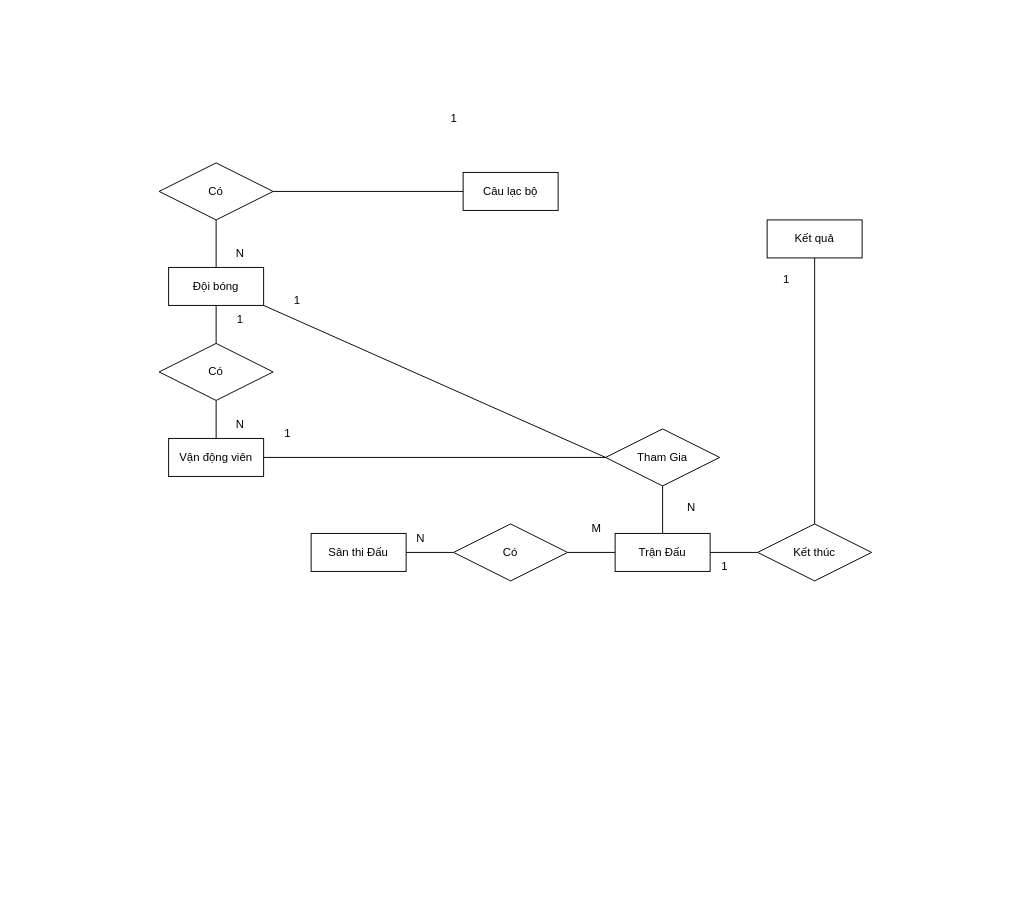
The draw.io diagram DB_HW5_3.drawio in reality8080/DB_HW5_3, before the edit. Source tidied: cells renumbered, new cells numbered last; positions are measured from the earlier drawing's top-left corner, leaving out a move shared by most shapes. Both pictures are drawn from the tidied source at 95%, with x=0, y=0 at pixel (159, 104).
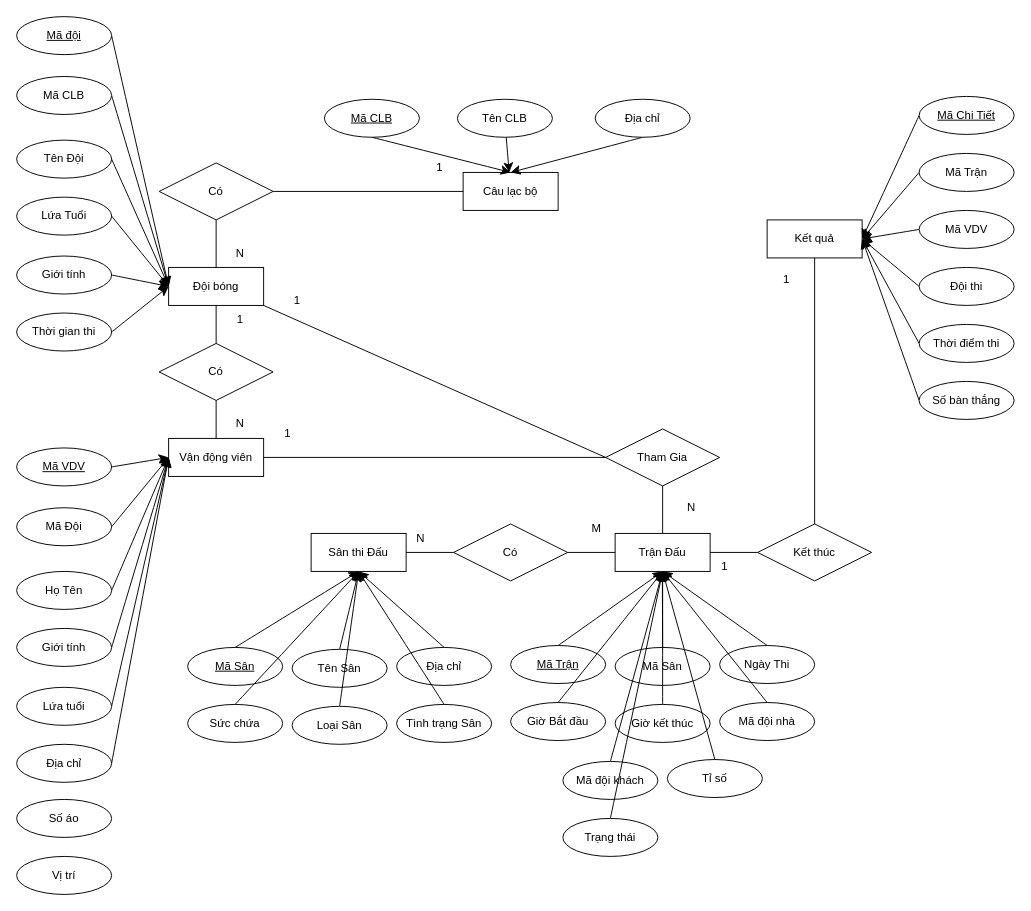
After the change.

The change refers to these unchanged cells:
```xml
<mxCell id="2" value="Câu lạc bộ" style="whiteSpace=wrap;html=1;align=center;" parent="1" vertex="1">
  <mxGeometry x="320" y="72" width="100" height="40" as="geometry" />
</mxCell>
<mxCell id="3" value="Đội bóng" style="whiteSpace=wrap;html=1;align=center;" parent="1" vertex="1">
  <mxGeometry x="10" y="172" width="100" height="40" as="geometry" />
</mxCell>
<mxCell id="4" value="Vận động viên" style="whiteSpace=wrap;html=1;align=center;" parent="1" vertex="1">
  <mxGeometry x="10" y="352" width="100" height="40" as="geometry" />
</mxCell>
<mxCell id="5" value="Sân thi Đấu" style="whiteSpace=wrap;html=1;align=center;" parent="1" vertex="1">
  <mxGeometry x="160" y="452" width="100" height="40" as="geometry" />
</mxCell>
<mxCell id="6" value="Trận Đấu" style="whiteSpace=wrap;html=1;align=center;" parent="1" vertex="1">
  <mxGeometry x="480" y="452" width="100" height="40" as="geometry" />
</mxCell>
<mxCell id="7" value="Kết quả" style="whiteSpace=wrap;html=1;align=center;" parent="1" vertex="1">
  <mxGeometry x="640" y="122" width="100" height="40" as="geometry" />
</mxCell>
```

Change to the diagram source:
```diff
@@
     <mxCell id="14" value="1" style="text;html=1;align=center;verticalAlign=middle;strokeColor=none;fillColor=none;" parent="1" vertex="1">
-      <mxGeometry x="295" width="30" height="30" as="geometry" />
+      <mxGeometry x="280" y="52" width="30" height="30" as="geometry" />
     </mxCell>
@@
+    <mxCell id="35" style="edgeStyle=none;curved=1;rounded=0;jettySize=auto;html=1;exitX=0.5;exitY=1;exitDx=0;exitDy=0;entryX=0.5;entryY=0;entryDx=0;entryDy=0;fontSize=12;startSize=8;endSize=8;" parent="1" edge="1" source="36" target="2">
+      <mxGeometry relative="1" as="geometry" />
+    </mxCell>
+    <mxCell id="36" value="&lt;u&gt;Mã CLB&lt;/u&gt;" style="ellipse;whiteSpace=wrap;html=1;align=center;" parent="1" vertex="1">
+      <mxGeometry x="174" y="-5" width="100" height="40" as="geometry" />
+    </mxCell>
+    <mxCell id="37" style="edgeStyle=none;curved=1;rounded=0;jettySize=auto;html=1;fontSize=12;startSize=8;endSize=8;" parent="1" edge="1" source="38" target="2">
+      <mxGeometry relative="1" as="geometry" />
+    </mxCell>
+    <mxCell id="38" value="Tên CLB" style="ellipse;whiteSpace=wrap;html=1;align=center;" parent="1" vertex="1">
+      <mxGeometry x="314" y="-5" width="100" height="40" as="geometry" />
+    </mxCell>
+    <mxCell id="39" style="edgeStyle=none;curved=1;rounded=0;jettySize=auto;html=1;exitX=0.5;exitY=1;exitDx=0;exitDy=0;entryX=0.5;entryY=0;entryDx=0;entryDy=0;fontSize=12;startSize=8;endSize=8;" parent="1" edge="1" source="40" target="2">
+      <mxGeometry relative="1" as="geometry" />
+    </mxCell>
+    <mxCell id="40" value="Địa chỉ" style="ellipse;whiteSpace=wrap;html=1;align=center;" parent="1" vertex="1">
+      <mxGeometry x="459" y="-5" width="100" height="40" as="geometry" />
+    </mxCell>
+    <mxCell id="41" style="edgeStyle=none;curved=1;rounded=0;jettySize=auto;html=1;exitX=1;exitY=0.5;exitDx=0;exitDy=0;fontSize=12;startSize=8;endSize=8;" parent="1" edge="1" source="42">
+      <mxGeometry relative="1" as="geometry">
+        <mxPoint x="10" y="192" as="targetPoint" />
+      </mxGeometry>
+    </mxCell>
+    <mxCell id="42" value="Mã CLB" style="ellipse;whiteSpace=wrap;html=1;align=center;" parent="1" vertex="1">
+      <mxGeometry x="-150" y="-29" width="100" height="40" as="geometry" />
+    </mxCell>
+    <mxCell id="43" style="edgeStyle=none;curved=1;rounded=0;jettySize=auto;html=1;exitX=1;exitY=0.5;exitDx=0;exitDy=0;entryX=0;entryY=0.5;entryDx=0;entryDy=0;fontSize=12;startSize=8;endSize=8;" parent="1" edge="1" source="44" target="3">
+      <mxGeometry relative="1" as="geometry" />
+    </mxCell>
+    <mxCell id="44" value="Mã đội" style="ellipse;whiteSpace=wrap;html=1;align=center;fontStyle=4;" parent="1" vertex="1">
+      <mxGeometry x="-150" y="-92" width="100" height="40" as="geometry" />
+    </mxCell>
+    <mxCell id="45" style="edgeStyle=none;curved=1;rounded=0;jettySize=auto;html=1;exitX=1;exitY=0.5;exitDx=0;exitDy=0;fontSize=12;startSize=8;endSize=8;" parent="1" edge="1" source="46">
+      <mxGeometry relative="1" as="geometry">
+        <mxPoint x="10" y="192" as="targetPoint" />
+      </mxGeometry>
+    </mxCell>
+    <mxCell id="46" value="Tên Đội" style="ellipse;whiteSpace=wrap;html=1;align=center;" parent="1" vertex="1">
+      <mxGeometry x="-150" y="38" width="100" height="40" as="geometry" />
+    </mxCell>
+    <mxCell id="47" style="edgeStyle=none;curved=1;rounded=0;jettySize=auto;html=1;exitX=1;exitY=0.5;exitDx=0;exitDy=0;fontSize=12;startSize=8;endSize=8;" parent="1" edge="1" source="48">
+      <mxGeometry relative="1" as="geometry">
+        <mxPoint x="10" y="192" as="targetPoint" />
+      </mxGeometry>
+    </mxCell>
+    <mxCell id="48" value="Lứa Tuổi" style="ellipse;whiteSpace=wrap;html=1;align=center;" parent="1" vertex="1">
+      <mxGeometry x="-150" y="98" width="100" height="40" as="geometry" />
+    </mxCell>
+    <mxCell id="49" style="edgeStyle=none;curved=1;rounded=0;jettySize=auto;html=1;exitX=1;exitY=0.5;exitDx=0;exitDy=0;fontSize=12;startSize=8;endSize=8;" parent="1" edge="1" source="50">
+      <mxGeometry relative="1" as="geometry">
+        <mxPoint x="10" y="192" as="targetPoint" />
+      </mxGeometry>
+    </mxCell>
+    <mxCell id="50" value="Giới tính" style="ellipse;whiteSpace=wrap;html=1;align=center;" parent="1" vertex="1">
+      <mxGeometry x="-150" y="160" width="100" height="40" as="geometry" />
+    </mxCell>
+    <mxCell id="51" style="edgeStyle=none;curved=1;rounded=0;jettySize=auto;html=1;exitX=1;exitY=0.5;exitDx=0;exitDy=0;fontSize=12;startSize=8;endSize=8;" parent="1" edge="1" source="52">
+      <mxGeometry relative="1" as="geometry">
+        <mxPoint x="10" y="192" as="targetPoint" />
+      </mxGeometry>
+    </mxCell>
+    <mxCell id="52" value="Thời gian thi" style="ellipse;whiteSpace=wrap;html=1;align=center;" parent="1" vertex="1">
+      <mxGeometry x="-150" y="220" width="100" height="40" as="geometry" />
+    </mxCell>
+    <mxCell id="53" style="edgeStyle=none;curved=1;rounded=0;jettySize=auto;html=1;exitX=1;exitY=0.5;exitDx=0;exitDy=0;fontSize=12;startSize=8;endSize=8;" parent="1" edge="1" source="54">
+      <mxGeometry relative="1" as="geometry">
+        <mxPoint x="10" y="372" as="targetPoint" />
+      </mxGeometry>
+    </mxCell>
+    <mxCell id="54" value="Mã Đội" style="ellipse;whiteSpace=wrap;html=1;align=center;" parent="1" vertex="1">
+      <mxGeometry x="-150" y="425" width="100" height="40" as="geometry" />
+    </mxCell>
+    <mxCell id="55" style="edgeStyle=none;curved=1;rounded=0;jettySize=auto;html=1;exitX=1;exitY=0.5;exitDx=0;exitDy=0;entryX=0;entryY=0.5;entryDx=0;entryDy=0;fontSize=12;startSize=8;endSize=8;" parent="1" edge="1" source="56" target="4">
+      <mxGeometry relative="1" as="geometry" />
+    </mxCell>
+    <mxCell id="56" value="Mã VDV" style="ellipse;whiteSpace=wrap;html=1;align=center;fontStyle=4;" parent="1" vertex="1">
+      <mxGeometry x="-150" y="362" width="100" height="40" as="geometry" />
+    </mxCell>
+    <mxCell id="57" style="edgeStyle=none;curved=1;rounded=0;jettySize=auto;html=1;exitX=1;exitY=0.5;exitDx=0;exitDy=0;entryX=0;entryY=0.5;entryDx=0;entryDy=0;fontSize=12;startSize=8;endSize=8;" parent="1" edge="1" source="58" target="4">
+      <mxGeometry relative="1" as="geometry" />
+    </mxCell>
+    <mxCell id="58" value="Họ Tên" style="ellipse;whiteSpace=wrap;html=1;align=center;" parent="1" vertex="1">
+      <mxGeometry x="-150" y="492" width="100" height="40" as="geometry" />
+    </mxCell>
+    <mxCell id="59" style="edgeStyle=none;curved=1;rounded=0;jettySize=auto;html=1;exitX=1;exitY=0.5;exitDx=0;exitDy=0;fontSize=12;startSize=8;endSize=8;" parent="1" edge="1" source="60">
+      <mxGeometry relative="1" as="geometry">
+        <mxPoint x="10" y="372" as="targetPoint" />
+      </mxGeometry>
+    </mxCell>
+    <mxCell id="60" value="Giới tính" style="ellipse;whiteSpace=wrap;html=1;align=center;" parent="1" vertex="1">
+      <mxGeometry x="-150" y="552" width="100" height="40" as="geometry" />
+    </mxCell>
+    <mxCell id="61" style="edgeStyle=none;curved=1;rounded=0;jettySize=auto;html=1;exitX=1;exitY=0.5;exitDx=0;exitDy=0;fontSize=12;startSize=8;endSize=8;" parent="1" edge="1" source="62">
+      <mxGeometry relative="1" as="geometry">
+        <mxPoint x="10" y="372" as="targetPoint" />
+      </mxGeometry>
+    </mxCell>
+    <mxCell id="62" value="Lứa tuổi" style="ellipse;whiteSpace=wrap;html=1;align=center;" parent="1" vertex="1">
+      <mxGeometry x="-150" y="614" width="100" height="40" as="geometry" />
+    </mxCell>
+    <mxCell id="63" style="edgeStyle=none;curved=1;rounded=0;jettySize=auto;html=1;exitX=1;exitY=0.5;exitDx=0;exitDy=0;fontSize=12;startSize=8;endSize=8;" parent="1" edge="1" source="64">
+      <mxGeometry relative="1" as="geometry">
+        <mxPoint x="10" y="372" as="targetPoint" />
+      </mxGeometry>
+    </mxCell>
+    <mxCell id="64" value="Địa chỉ" style="ellipse;whiteSpace=wrap;html=1;align=center;" parent="1" vertex="1">
+      <mxGeometry x="-150" y="674" width="100" height="40" as="geometry" />
+    </mxCell>
+    <mxCell id="65" value="Số áo" style="ellipse;whiteSpace=wrap;html=1;align=center;" parent="1" vertex="1">
+      <mxGeometry x="-150" y="732" width="100" height="40" as="geometry" />
+    </mxCell>
+    <mxCell id="66" value="Vị trí" style="ellipse;whiteSpace=wrap;html=1;align=center;" parent="1" vertex="1">
+      <mxGeometry x="-150" y="792" width="100" height="40" as="geometry" />
+    </mxCell>
+    <mxCell id="67" style="edgeStyle=none;curved=1;rounded=0;jettySize=auto;html=1;exitX=0.5;exitY=0;exitDx=0;exitDy=0;entryX=0.5;entryY=1;entryDx=0;entryDy=0;fontSize=12;startSize=8;endSize=8;" parent="1" edge="1" source="68" target="5">
+      <mxGeometry relative="1" as="geometry" />
+    </mxCell>
+    <mxCell id="68" value="Mã Sân" style="ellipse;whiteSpace=wrap;html=1;align=center;fontStyle=4;" parent="1" vertex="1">
+      <mxGeometry x="30" y="572" width="100" height="40" as="geometry" />
+    </mxCell>
+    <mxCell id="69" style="edgeStyle=none;curved=1;rounded=0;jettySize=auto;html=1;exitX=0.5;exitY=0;exitDx=0;exitDy=0;fontSize=12;startSize=8;endSize=8;" parent="1" edge="1" source="70">
+      <mxGeometry relative="1" as="geometry">
+        <mxPoint x="210" y="492" as="targetPoint" />
+      </mxGeometry>
+    </mxCell>
+    <mxCell id="70" value="Tên Sân" style="ellipse;whiteSpace=wrap;html=1;align=center;" parent="1" vertex="1">
+      <mxGeometry x="140" y="574" width="100" height="40" as="geometry" />
+    </mxCell>
+    <mxCell id="71" style="edgeStyle=none;curved=1;rounded=0;jettySize=auto;html=1;exitX=0.5;exitY=0;exitDx=0;exitDy=0;fontSize=12;startSize=8;endSize=8;" parent="1" edge="1" source="72">
+      <mxGeometry relative="1" as="geometry">
+        <mxPoint x="210" y="492" as="targetPoint" />
+      </mxGeometry>
+    </mxCell>
+    <mxCell id="72" value="Địa chỉ" style="ellipse;whiteSpace=wrap;html=1;align=center;" parent="1" vertex="1">
+      <mxGeometry x="250" y="572" width="100" height="40" as="geometry" />
+    </mxCell>
+    <mxCell id="73" style="edgeStyle=none;curved=1;rounded=0;jettySize=auto;html=1;exitX=0.5;exitY=0;exitDx=0;exitDy=0;fontSize=12;startSize=8;endSize=8;" parent="1" edge="1" source="74">
+      <mxGeometry relative="1" as="geometry">
+        <mxPoint x="210" y="492" as="targetPoint" />
+      </mxGeometry>
+    </mxCell>
+    <mxCell id="74" value="Sức chứa" style="ellipse;whiteSpace=wrap;html=1;align=center;" parent="1" vertex="1">
+      <mxGeometry x="30" y="632" width="100" height="40" as="geometry" />
+    </mxCell>
+    <mxCell id="75" style="edgeStyle=none;curved=1;rounded=0;jettySize=auto;html=1;exitX=0.5;exitY=0;exitDx=0;exitDy=0;entryX=0.5;entryY=1;entryDx=0;entryDy=0;fontSize=12;startSize=8;endSize=8;" parent="1" edge="1" source="76" target="5">
+      <mxGeometry relative="1" as="geometry" />
+    </mxCell>
+    <mxCell id="76" value="Loại Sân" style="ellipse;whiteSpace=wrap;html=1;align=center;" parent="1" vertex="1">
+      <mxGeometry x="140" y="634" width="100" height="40" as="geometry" />
+    </mxCell>
+    <mxCell id="77" style="edgeStyle=none;curved=1;rounded=0;jettySize=auto;html=1;exitX=0.5;exitY=0;exitDx=0;exitDy=0;fontSize=12;startSize=8;endSize=8;" parent="1" edge="1" source="78">
+      <mxGeometry relative="1" as="geometry">
+        <mxPoint x="210" y="492" as="targetPoint" />
+      </mxGeometry>
+    </mxCell>
+    <mxCell id="78" value="Tình trạng Sân" style="ellipse;whiteSpace=wrap;html=1;align=center;" parent="1" vertex="1">
+      <mxGeometry x="250" y="632" width="100" height="40" as="geometry" />
+    </mxCell>
+    <mxCell id="79" style="edgeStyle=none;curved=1;rounded=0;jettySize=auto;html=1;exitX=0.5;exitY=0;exitDx=0;exitDy=0;entryX=0.5;entryY=1;entryDx=0;entryDy=0;fontSize=12;startSize=8;endSize=8;" parent="1" edge="1" source="80" target="6">
+      <mxGeometry relative="1" as="geometry" />
+    </mxCell>
+    <mxCell id="80" value="Mã Trận" style="ellipse;whiteSpace=wrap;html=1;align=center;fontStyle=4;" parent="1" vertex="1">
+      <mxGeometry x="370" y="570" width="100" height="40" as="geometry" />
+    </mxCell>
+    <mxCell id="81" style="edgeStyle=none;curved=1;rounded=0;jettySize=auto;html=1;exitX=0.5;exitY=0;exitDx=0;exitDy=0;fontSize=12;startSize=8;endSize=8;" parent="1" edge="1" source="82">
+      <mxGeometry relative="1" as="geometry">
+        <mxPoint x="529.7" y="492" as="targetPoint" />
+      </mxGeometry>
+    </mxCell>
+    <mxCell id="82" value="Mã Sân" style="ellipse;whiteSpace=wrap;html=1;align=center;" parent="1" vertex="1">
+      <mxGeometry x="480" y="572" width="100" height="40" as="geometry" />
+    </mxCell>
+    <mxCell id="83" style="edgeStyle=none;curved=1;rounded=0;jettySize=auto;html=1;exitX=0.5;exitY=0;exitDx=0;exitDy=0;fontSize=12;startSize=8;endSize=8;" parent="1" edge="1" source="84">
+      <mxGeometry relative="1" as="geometry">
+        <mxPoint x="530" y="492" as="targetPoint" />
+      </mxGeometry>
+    </mxCell>
+    <mxCell id="84" value="Ngày Thi" style="ellipse;whiteSpace=wrap;html=1;align=center;" parent="1" vertex="1">
+      <mxGeometry x="590" y="570" width="100" height="40" as="geometry" />
+    </mxCell>
+    <mxCell id="85" style="edgeStyle=none;curved=1;rounded=0;jettySize=auto;html=1;exitX=0.5;exitY=0;exitDx=0;exitDy=0;entryX=0.5;entryY=1;entryDx=0;entryDy=0;fontSize=12;startSize=8;endSize=8;" parent="1" edge="1" source="86" target="6">
+      <mxGeometry relative="1" as="geometry" />
+    </mxCell>
+    <mxCell id="86" value="Giờ Bắt đầu" style="ellipse;whiteSpace=wrap;html=1;align=center;" parent="1" vertex="1">
+      <mxGeometry x="370" y="630" width="100" height="40" as="geometry" />
+    </mxCell>
+    <mxCell id="87" style="edgeStyle=none;curved=1;rounded=0;jettySize=auto;html=1;exitX=0.5;exitY=0;exitDx=0;exitDy=0;fontSize=12;startSize=8;endSize=8;" parent="1" edge="1" source="88" target="6">
+      <mxGeometry relative="1" as="geometry" />
+    </mxCell>
+    <mxCell id="88" value="Giờ kết thúc" style="ellipse;whiteSpace=wrap;html=1;align=center;" parent="1" vertex="1">
+      <mxGeometry x="480" y="632" width="100" height="40" as="geometry" />
+    </mxCell>
+    <mxCell id="89" style="edgeStyle=none;curved=1;rounded=0;jettySize=auto;html=1;exitX=0.5;exitY=0;exitDx=0;exitDy=0;fontSize=12;startSize=8;endSize=8;" parent="1" edge="1" source="90">
+      <mxGeometry relative="1" as="geometry">
+        <mxPoint x="530" y="492" as="targetPoint" />
+      </mxGeometry>
+    </mxCell>
+    <mxCell id="90" value="Mã đội nhà" style="ellipse;whiteSpace=wrap;html=1;align=center;" parent="1" vertex="1">
+      <mxGeometry x="590" y="630" width="100" height="40" as="geometry" />
+    </mxCell>
+    <mxCell id="91" style="edgeStyle=none;curved=1;rounded=0;jettySize=auto;html=1;exitX=0.5;exitY=0;exitDx=0;exitDy=0;fontSize=12;startSize=8;endSize=8;" parent="1" edge="1" source="92">
+      <mxGeometry relative="1" as="geometry">
+        <mxPoint x="530" y="492" as="targetPoint" />
+      </mxGeometry>
+    </mxCell>
+    <mxCell id="92" value="Mã đội khách" style="ellipse;whiteSpace=wrap;html=1;align=center;" parent="1" vertex="1">
+      <mxGeometry x="425" y="692" width="100" height="40" as="geometry" />
+    </mxCell>
+    <mxCell id="93" style="edgeStyle=none;curved=1;rounded=0;jettySize=auto;html=1;exitX=0.5;exitY=0;exitDx=0;exitDy=0;fontSize=12;startSize=8;endSize=8;" parent="1" edge="1" source="94">
+      <mxGeometry relative="1" as="geometry">
+        <mxPoint x="530" y="492" as="targetPoint" />
+      </mxGeometry>
+    </mxCell>
+    <mxCell id="94" value="Tỉ số" style="ellipse;whiteSpace=wrap;html=1;align=center;" parent="1" vertex="1">
+      <mxGeometry x="535" y="690" width="100" height="40" as="geometry" />
+    </mxCell>
+    <mxCell id="95" style="edgeStyle=none;curved=1;rounded=0;jettySize=auto;html=1;exitX=0.5;exitY=0;exitDx=0;exitDy=0;fontSize=12;startSize=8;endSize=8;" parent="1" edge="1" source="96">
+      <mxGeometry relative="1" as="geometry">
+        <mxPoint x="530" y="492" as="targetPoint" />
+      </mxGeometry>
+    </mxCell>
+    <mxCell id="96" value="Trạng thái" style="ellipse;whiteSpace=wrap;html=1;align=center;" parent="1" vertex="1">
+      <mxGeometry x="425" y="752" width="100" height="40" as="geometry" />
+    </mxCell>
+    <mxCell id="97" style="edgeStyle=none;curved=1;rounded=0;jettySize=auto;html=1;exitX=0;exitY=0.5;exitDx=0;exitDy=0;entryX=1;entryY=0.5;entryDx=0;entryDy=0;fontSize=12;startSize=8;endSize=8;" parent="1" edge="1" source="98" target="7">
+      <mxGeometry relative="1" as="geometry" />
+    </mxCell>
+    <mxCell id="98" value="Mã Chi Tiết" style="ellipse;whiteSpace=wrap;html=1;align=center;fontStyle=4;" parent="1" vertex="1">
+      <mxGeometry x="800" y="-8" width="100" height="40" as="geometry" />
+    </mxCell>
+    <mxCell id="99" style="edgeStyle=none;curved=1;rounded=0;jettySize=auto;html=1;exitX=0;exitY=0.5;exitDx=0;exitDy=0;fontSize=12;startSize=8;endSize=8;" parent="1" edge="1" source="100">
+      <mxGeometry relative="1" as="geometry">
+        <mxPoint x="740" y="142" as="targetPoint" />
+      </mxGeometry>
+    </mxCell>
+    <mxCell id="100" value="Mã Trận" style="ellipse;whiteSpace=wrap;html=1;align=center;" parent="1" vertex="1">
+      <mxGeometry x="800" y="52" width="100" height="40" as="geometry" />
+    </mxCell>
+    <mxCell id="101" style="edgeStyle=none;curved=1;rounded=0;jettySize=auto;html=1;exitX=0;exitY=0.5;exitDx=0;exitDy=0;fontSize=12;startSize=8;endSize=8;" parent="1" edge="1" source="102">
+      <mxGeometry relative="1" as="geometry">
+        <mxPoint x="740" y="142" as="targetPoint" />
+      </mxGeometry>
+    </mxCell>
+    <mxCell id="102" value="Mã VDV" style="ellipse;whiteSpace=wrap;html=1;align=center;" parent="1" vertex="1">
+      <mxGeometry x="800" y="112" width="100" height="40" as="geometry" />
+    </mxCell>
+    <mxCell id="103" style="edgeStyle=none;curved=1;rounded=0;jettySize=auto;html=1;exitX=0;exitY=0.5;exitDx=0;exitDy=0;entryX=1;entryY=0.5;entryDx=0;entryDy=0;fontSize=12;startSize=8;endSize=8;" parent="1" edge="1" source="104" target="7">
+      <mxGeometry relative="1" as="geometry" />
+    </mxCell>
+    <mxCell id="104" value="Đội thi" style="ellipse;whiteSpace=wrap;html=1;align=center;" parent="1" vertex="1">
+      <mxGeometry x="800" y="172" width="100" height="40" as="geometry" />
+    </mxCell>
+    <mxCell id="105" style="edgeStyle=none;curved=1;rounded=0;jettySize=auto;html=1;exitX=0;exitY=0.5;exitDx=0;exitDy=0;fontSize=12;startSize=8;endSize=8;" parent="1" edge="1" source="106">
+      <mxGeometry relative="1" as="geometry">
+        <mxPoint x="740" y="142" as="targetPoint" />
+      </mxGeometry>
+    </mxCell>
+    <mxCell id="106" value="Thời điểm thi" style="ellipse;whiteSpace=wrap;html=1;align=center;" parent="1" vertex="1">
+      <mxGeometry x="800" y="232" width="100" height="40" as="geometry" />
+    </mxCell>
+    <mxCell id="107" style="edgeStyle=none;curved=1;rounded=0;jettySize=auto;html=1;exitX=0;exitY=0.5;exitDx=0;exitDy=0;fontSize=12;startSize=8;endSize=8;" parent="1" edge="1" source="108">
+      <mxGeometry relative="1" as="geometry">
+        <mxPoint x="740" y="142" as="targetPoint" />
+      </mxGeometry>
+    </mxCell>
+    <mxCell id="108" value="Số bàn thắng" style="ellipse;whiteSpace=wrap;html=1;align=center;" parent="1" vertex="1">
+      <mxGeometry x="800" y="292" width="100" height="40" as="geometry" />
+    </mxCell>
```
